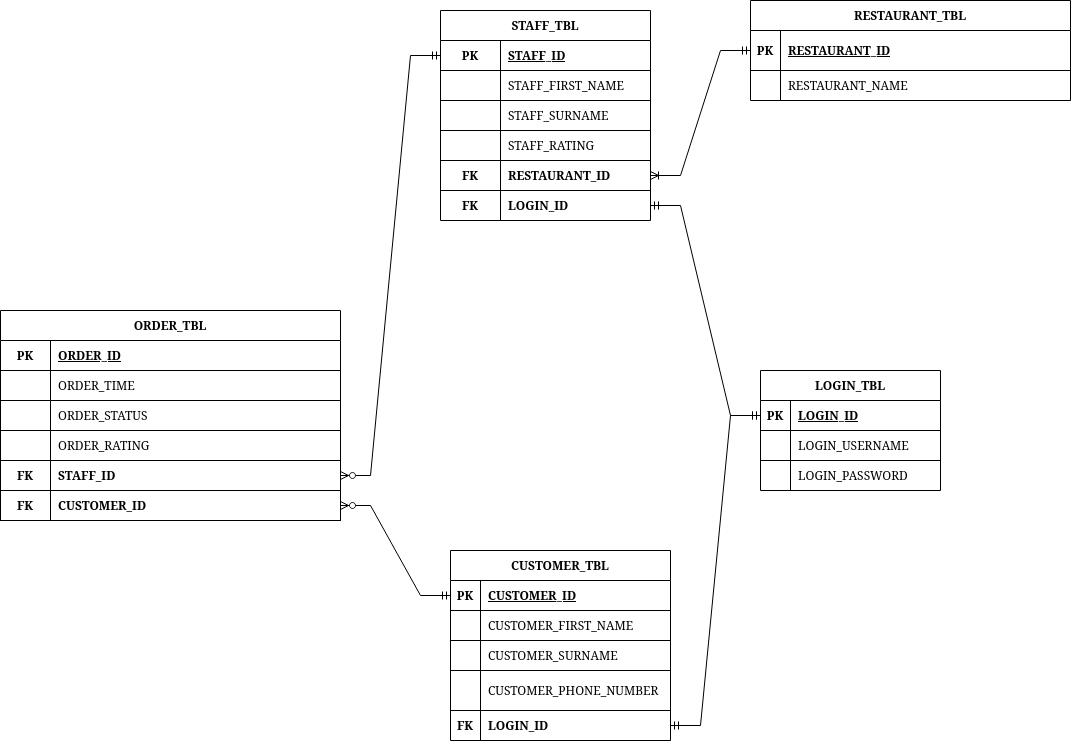
Before: planning/db_planning/database/database_final_design.png, a diagram exported from draw.io (Kereshlin/restaurant). Source tidied: cells renumbered, new cells last; positions are measured from the earlier drawing's top-left corner, leaving out a move shared by most shapes.
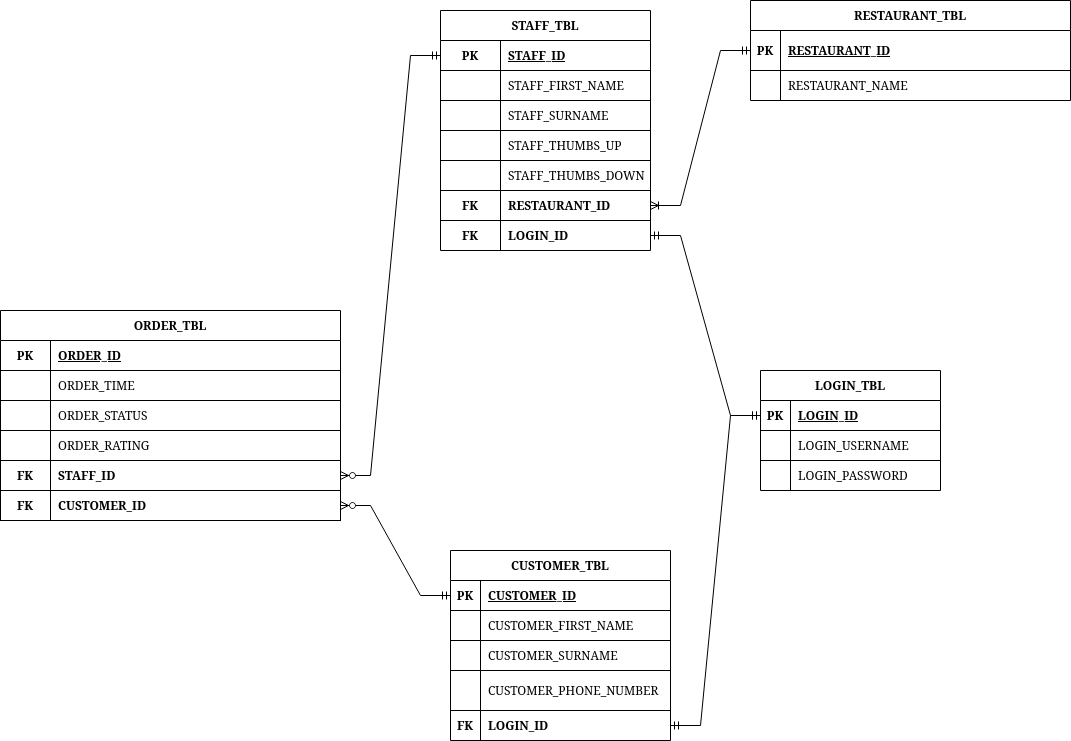
After the commit.

What changed in the source:
```diff
@@ -51,7 +51,7 @@
       <mxGeometry x="30" width="190" height="30" as="geometry" />
     </mxCell>
     <mxCell id="18" value="STAFF_TBL" style="shape=table;startSize=30;rowLines=1;fontStyle=1;align=center;" parent="1" vertex="1">
-      <mxGeometry x="440" y="10" width="210" height="210" as="geometry" />
+      <mxGeometry x="440" y="10" width="210" height="240" as="geometry" />
     </mxCell>
     <mxCell id="19" style="shape=tableRow;horizontal=0;startSize=0;swimlaneHead=0;swimlaneBody=0;fillColor=none;points=[[0,0.5],[1,0.5]];portConstraint=eastwest;top=0;left=0;right=0;bottom=1;" parent="18" vertex="1">
       <mxGeometry y="30" width="210" height="30" as="geometry" />
@@ -86,11 +86,20 @@
     <mxCell id="29" style="shape=partialRectangle;fillColor=none;top=0;left=0;bottom=0;right=0;overflow=hidden;" parent="28" vertex="1">
       <mxGeometry width="60" height="30" as="geometry" />
     </mxCell>
-    <mxCell id="30" value="STAFF_RATING" style="shape=partialRectangle;fillColor=none;top=0;left=0;bottom=0;right=0;align=left;spacingLeft=6;overflow=hidden;" parent="28" vertex="1">
+    <mxCell id="30" value="STAFF_THUMBS_UP" style="shape=partialRectangle;fillColor=none;top=0;left=0;bottom=0;right=0;align=left;spacingLeft=6;overflow=hidden;" parent="28" vertex="1">
       <mxGeometry x="60" width="150" height="30" as="geometry" />
     </mxCell>
+    <mxCell id="78" style="shape=tableRow;horizontal=0;startSize=0;swimlaneHead=0;swimlaneBody=0;fillColor=none;top=0;left=0;right=0;bottom=0;" parent="18" vertex="1">
+      <mxGeometry y="150" width="210" height="30" as="geometry" />
+    </mxCell>
+    <mxCell id="79" style="shape=partialRectangle;fillColor=none;top=0;left=0;bottom=0;right=0;overflow=hidden;" parent="78" vertex="1">
+      <mxGeometry width="60" height="30" as="geometry" />
+    </mxCell>
+    <mxCell id="80" value="STAFF_THUMBS_DOWN" style="shape=partialRectangle;fillColor=none;top=0;left=0;bottom=0;right=0;align=left;spacingLeft=6;overflow=hidden;" parent="78" vertex="1">
+      <mxGeometry x="60" width="150" height="30" as="geometry" />
+    </mxCell>
     <mxCell id="31" style="shape=tableRow;horizontal=0;startSize=0;swimlaneHead=0;swimlaneBody=0;fillColor=none;points=[[0,0.5],[1,0.5]];portConstraint=eastwest;top=0;left=0;right=0;bottom=0;" parent="18" vertex="1">
-      <mxGeometry y="150" width="210" height="30" as="geometry" />
+      <mxGeometry y="180" width="210" height="30" as="geometry" />
     </mxCell>
     <mxCell id="32" value="FK" style="shape=partialRectangle;fillColor=none;top=0;left=0;bottom=0;right=0;fontStyle=1;overflow=hidden;" parent="31" vertex="1">
       <mxGeometry width="60" height="30" as="geometry" />
@@ -99,7 +108,7 @@
       <mxGeometry x="60" width="150" height="30" as="geometry" />
     </mxCell>
     <mxCell id="34" style="shape=tableRow;horizontal=0;startSize=0;swimlaneHead=0;swimlaneBody=0;fillColor=none;points=[[0,0.5],[1,0.5]];portConstraint=eastwest;top=0;left=0;right=0;bottom=0;" parent="18" vertex="1">
-      <mxGeometry y="180" width="210" height="30" as="geometry" />
+      <mxGeometry y="210" width="210" height="30" as="geometry" />
     </mxCell>
     <mxCell id="35" value="FK" style="shape=partialRectangle;fillColor=none;top=0;left=0;bottom=0;right=0;overflow=hidden;fontStyle=1;" parent="34" vertex="1">
       <mxGeometry width="60" height="30" as="geometry" />
```
